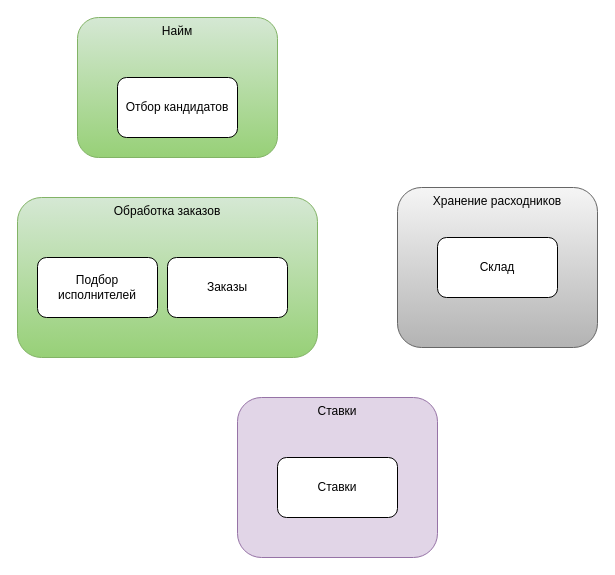
Above: 2_Model.drawio in jnzz/MCF (draw.io), before the change. Source tidied: cells renumbered, new cells numbered last; positions are measured from the earlier drawing's top-left corner, leaving out a move shared by most shapes. Both pictures are drawn from the tidied source at 100%, with x=0, y=0 at pixel (17, 17).
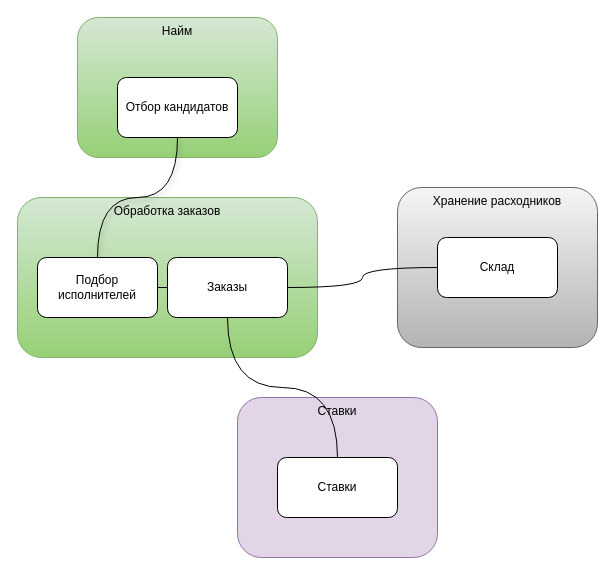
The same page after the edit.

Diff of the diagram source:
```diff
@@
 <mxGraphModel>
   <root>
     <mxCell id="0" />
     <mxCell id="1" parent="0" />
     <mxCell id="2" value="Хранение расходников" style="rounded=1;whiteSpace=wrap;html=1;fillColor=#f5f5f5;strokeColor=#666666;gradientColor=#b3b3b3;verticalAlign=top;" parent="1" vertex="1">
       <mxGeometry x="380" y="170" width="200" height="160" as="geometry" />
     </mxCell>
     <mxCell id="3" value="Склад" style="rounded=1;whiteSpace=wrap;html=1;" parent="1" vertex="1">
       <mxGeometry x="420" y="220" width="120" height="60" as="geometry" />
     </mxCell>
     <mxCell id="4" value="Найм" style="rounded=1;whiteSpace=wrap;html=1;fillColor=#d5e8d4;strokeColor=#82b366;gradientColor=#97d077;verticalAlign=top;" parent="1" vertex="1">
       <mxGeometry x="60" width="200" height="140" as="geometry" />
     </mxCell>
     <mxCell id="5" value="Обработка заказов" style="rounded=1;whiteSpace=wrap;html=1;fillColor=#d5e8d4;strokeColor=#82b366;verticalAlign=top;gradientColor=#97d077;" parent="1" vertex="1">
       <mxGeometry y="180" width="300" height="160" as="geometry" />
     </mxCell>
+    <mxCell id="11" style="edgeStyle=orthogonalEdgeStyle;rounded=0;jettySize=auto;html=1;exitX=1;exitY=0.5;exitDx=0;exitDy=0;entryX=0;entryY=0.5;entryDx=0;entryDy=0;endArrow=none;endFill=0;curved=1;" parent="1" edge="1" source="6" target="3">
+      <mxGeometry relative="1" as="geometry" />
+    </mxCell>
     <mxCell id="6" value="Заказы" style="rounded=1;whiteSpace=wrap;html=1;" parent="1" vertex="1">
       <mxGeometry x="150" y="240" width="120" height="60" as="geometry" />
     </mxCell>
     <mxCell id="7" value="Ставки" style="rounded=1;whiteSpace=wrap;html=1;fillColor=#e1d5e7;strokeColor=#9673a6;verticalAlign=top;" parent="1" vertex="1">
       <mxGeometry x="220" y="380" width="200" height="160" as="geometry" />
     </mxCell>
+    <mxCell id="12" style="edgeStyle=orthogonalEdgeStyle;rounded=0;jettySize=auto;html=1;entryX=0.5;entryY=1;entryDx=0;entryDy=0;curved=1;endArrow=none;endFill=0;" parent="1" edge="1" source="8" target="6">
+      <mxGeometry relative="1" as="geometry" />
+    </mxCell>
     <mxCell id="8" value="Ставки" style="rounded=1;whiteSpace=wrap;html=1;" parent="1" vertex="1">
       <mxGeometry x="260" y="440" width="120" height="60" as="geometry" />
     </mxCell>
+    <mxCell id="13" style="edgeStyle=orthogonalEdgeStyle;rounded=0;jettySize=auto;html=1;exitX=1;exitY=0.5;exitDx=0;exitDy=0;entryX=0;entryY=0.5;entryDx=0;entryDy=0;endArrow=none;endFill=0;" parent="1" edge="1" source="9" target="6">
+      <mxGeometry relative="1" as="geometry" />
+    </mxCell>
     <mxCell id="9" value="Подбор исполнителей" style="rounded=1;whiteSpace=wrap;html=1;" parent="1" vertex="1">
       <mxGeometry x="20" y="240" width="120" height="60" as="geometry" />
     </mxCell>
+    <mxCell id="14" style="edgeStyle=orthogonalEdgeStyle;rounded=0;jettySize=auto;html=1;entryX=0.5;entryY=0;entryDx=0;entryDy=0;shadow=1;flowAnimation=0;curved=1;endArrow=none;endFill=0;" parent="1" edge="1" source="10" target="9">
+      <mxGeometry relative="1" as="geometry" />
+    </mxCell>
     <mxCell id="10" value="Отбор кандидатов" style="rounded=1;whiteSpace=wrap;html=1;" parent="1" vertex="1">
       <mxGeometry x="100" y="60" width="120" height="60" as="geometry" />
     </mxCell>
   </root>
 </mxGraphModel>
```
